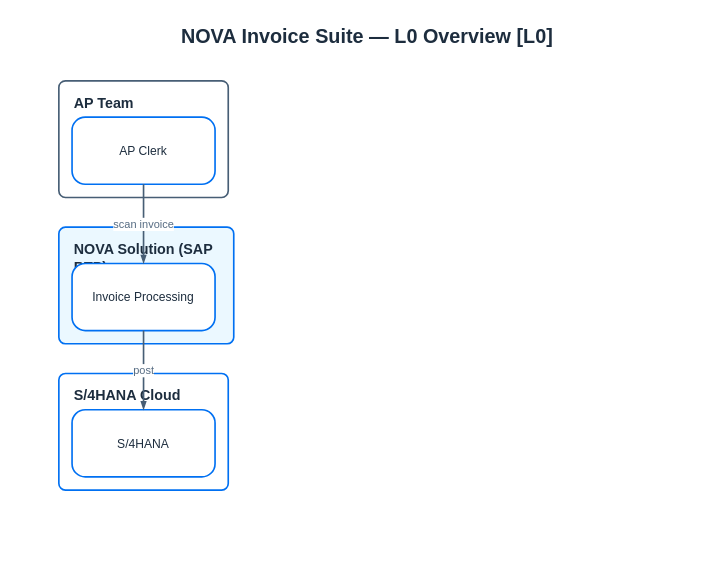
Raistlin82/sap-diagrams-pro keeps this draw.io diagram as skills/sap-diagram-generate/templates/L0-base.drawio. Above is the earlier version. Source tidied: cells renumbered, new cells numbered last; positions are measured from the earlier drawing's top-left corner, leaving out a move shared by most shapes. Both pictures are drawn from the tidied source at 110%, with x=0, y=0 at pixel (36, 19).
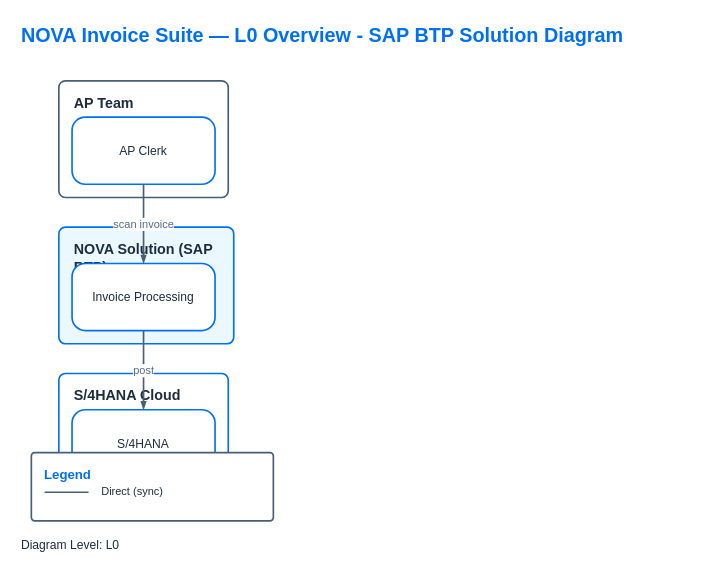
After the change.

Commit message (it also covers changes not shown here):
feat: Phase 5 — generic icons + SAP title + legend + arbitrary annotation pills

Diff of the diagram source:
```diff
@@
 <mxGraphModel>
   <root>
     <mxCell id="0" />
     <mxCell id="1" parent="0" />
-    <mxCell id="2" value="NOVA Invoice Suite — L0 Overview [L0]" style="text;html=1;align=center;verticalAlign=middle;fontColor=#1D2D3E;fontSize=18;fontStyle=1;" parent="1" vertex="1">
-      <mxGeometry width="600" height="32" as="geometry" />
+    <mxCell id="2" value="NOVA Invoice Suite — L0 Overview - SAP BTP Solution Diagram" style="text;html=1;align=left;verticalAlign=middle;fontColor=#0070F2;fontSize=18;fontStyle=1;fontFamily=Helvetica;" parent="1" vertex="1">
+      <mxGeometry x="-16" width="600" height="30" as="geometry" />
     </mxCell>
+    <mxCell id="11" value="Diagram Level: L0" style="text;html=1;align=left;verticalAlign=middle;fontColor=#1D2D3E;fontSize=11;fontFamily=Helvetica;" parent="1" vertex="1">
+      <mxGeometry x="-16" y="468" width="180" height="20" as="geometry" />
+    </mxCell>
     <mxCell id="3" value="AP Team" style="rounded=1;whiteSpace=wrap;html=1;strokeColor=#475E75;fillColor=#FFFFFF;arcSize=12;absoluteArcSize=1;strokeWidth=1.5;verticalAlign=top;align=left;fontColor=#1D2D3E;fontStyle=1;fontSize=13;spacingLeft=12;spacingTop=6;" parent="1" vertex="1">
       <mxGeometry x="20" y="56" width="154" height="106" as="geometry" />
     </mxCell>
     <mxCell id="4" value="NOVA Solution (SAP BTP)" style="rounded=1;whiteSpace=wrap;html=1;strokeColor=#0070F2;fillColor=#EBF8FF;arcSize=12;absoluteArcSize=1;strokeWidth=1.5;verticalAlign=top;align=left;fontColor=#1D2D3E;fontStyle=1;fontSize=13;spacingLeft=12;spacingTop=6;" parent="1" vertex="1">
       <mxGeometry x="20" y="189" width="159" height="106" as="geometry" />
     </mxCell>
     <mxCell id="5" value="S/4HANA Cloud" style="rounded=1;whiteSpace=wrap;html=1;strokeColor=#0070F2;fillColor=#FFFFFF;arcSize=12;absoluteArcSize=1;strokeWidth=1.5;verticalAlign=top;align=left;fontColor=#1D2D3E;fontStyle=1;fontSize=13;spacingLeft=12;spacingTop=6;" parent="1" vertex="1">
       <mxGeometry x="20" y="322" width="154" height="106" as="geometry" />
     </mxCell>
     <mxCell id="6" value="AP Clerk" style="rounded=1;whiteSpace=wrap;html=1;strokeColor=#0070F2;fillColor=#FFFFFF;arcSize=24;absoluteArcSize=1;strokeWidth=1.5;fontColor=#1D2D3E;fontSize=11;align=center;verticalAlign=middle;" parent="3" vertex="1">
       <mxGeometry x="12" y="33" width="130" height="61" as="geometry" />
     </mxCell>
     <mxCell id="7" value="Invoice Processing" style="rounded=1;whiteSpace=wrap;html=1;strokeColor=#0070F2;fillColor=#FFFFFF;arcSize=24;absoluteArcSize=1;strokeWidth=1.5;fontColor=#1D2D3E;fontSize=11;align=center;verticalAlign=middle;" parent="4" vertex="1">
       <mxGeometry x="12" y="33" width="130" height="61" as="geometry" />
     </mxCell>
     <mxCell id="8" value="S/4HANA" style="rounded=1;whiteSpace=wrap;html=1;strokeColor=#0070F2;fillColor=#FFFFFF;arcSize=24;absoluteArcSize=1;strokeWidth=1.5;fontColor=#1D2D3E;fontSize=11;align=center;verticalAlign=middle;" parent="5" vertex="1">
       <mxGeometry x="12" y="33" width="130" height="61" as="geometry" />
     </mxCell>
     <mxCell id="9" value="scan invoice" style="edgeStyle=orthogonalEdgeStyle;rounded=0;jettySize=auto;html=1;endArrow=blockThin;endFill=1;endSize=4;startSize=4;strokeColor=#475E75;strokeWidth=1.5;startArrow=none;dashed=0;fontSize=10;fontColor=#556B82;labelBackgroundColor=#FFFFFF;labelBorderColor=none;verticalAlign=middle;align=center;exitX=0.5;exitY=1.0;exitDx=0;exitDy=0;entryX=0.5;entryY=0.0;entryDx=0;entryDy=0;" parent="1" edge="1" source="6" target="7">
       <mxGeometry relative="1" as="geometry">
         <Array as="points">
           <mxPoint x="97" y="162" />
           <mxPoint x="97" y="167" />
           <mxPoint x="97" y="172" />
         </Array>
       </mxGeometry>
     </mxCell>
     <mxCell id="10" value="post" style="edgeStyle=orthogonalEdgeStyle;rounded=0;jettySize=auto;html=1;endArrow=blockThin;endFill=1;endSize=4;startSize=4;strokeColor=#475E75;strokeWidth=1.5;startArrow=none;dashed=0;fontSize=10;fontColor=#556B82;labelBackgroundColor=#FFFFFF;labelBorderColor=none;verticalAlign=middle;align=center;exitX=0.5;exitY=1.0;exitDx=0;exitDy=0;entryX=0.5;entryY=0.0;entryDx=0;entryDy=0;" parent="1" edge="1" source="7" target="8">
       <mxGeometry relative="1" as="geometry">
         <Array as="points">
           <mxPoint x="97" y="295" />
           <mxPoint x="97" y="300" />
           <mxPoint x="97" y="305" />
         </Array>
       </mxGeometry>
     </mxCell>
+    <mxCell id="12" value="Legend" style="rounded=1;whiteSpace=wrap;html=1;arcSize=6;absoluteArcSize=1;strokeColor=#475F75;fillColor=#FFFFFF;strokeWidth=1.5;fontColor=#0070F2;fontSize=12;fontStyle=1;verticalAlign=top;align=left;spacingLeft=10;spacingTop=6;" parent="1" vertex="1">
+      <mxGeometry x="-5" y="394" width="220" height="62" as="geometry" />
+    </mxCell>
+    <mxCell id="13" style="endArrow=none;strokeColor=#475E75;strokeWidth=1.5;dashed=0;" parent="12" edge="1">
+      <mxGeometry relative="1" as="geometry">
+        <mxPoint x="12" y="36" as="sourcePoint" />
+        <mxPoint x="52" y="36" as="targetPoint" />
+      </mxGeometry>
+    </mxCell>
+    <mxCell id="14" value="Direct (sync)" style="text;html=1;align=left;verticalAlign=middle;fontColor=#1D2D3E;fontSize=10;" parent="12" vertex="1">
+      <mxGeometry x="62" y="27" width="150" height="16" as="geometry" />
+    </mxCell>
   </root>
 </mxGraphModel>
```
